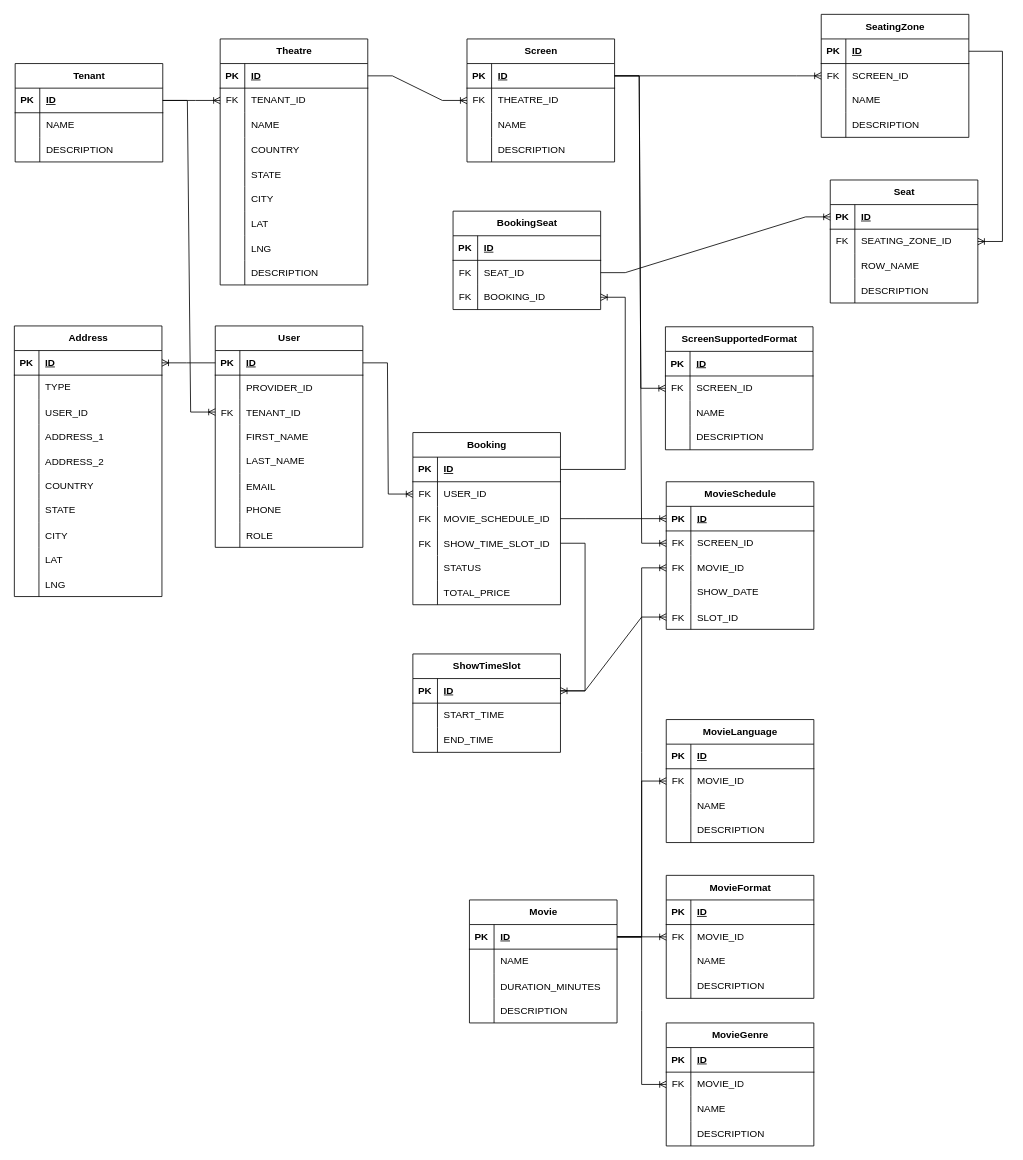
The draw.io diagram Untitled Diagram.drawio in itzmedinesh/drawings, before the edit. Source tidied: cells renumbered, new cells numbered last; positions are measured from the earlier drawing's top-left corner, leaving out a move shared by most shapes. Both pictures are drawn from the tidied source at 82%, with x=0, y=0 at pixel (-59, 14).
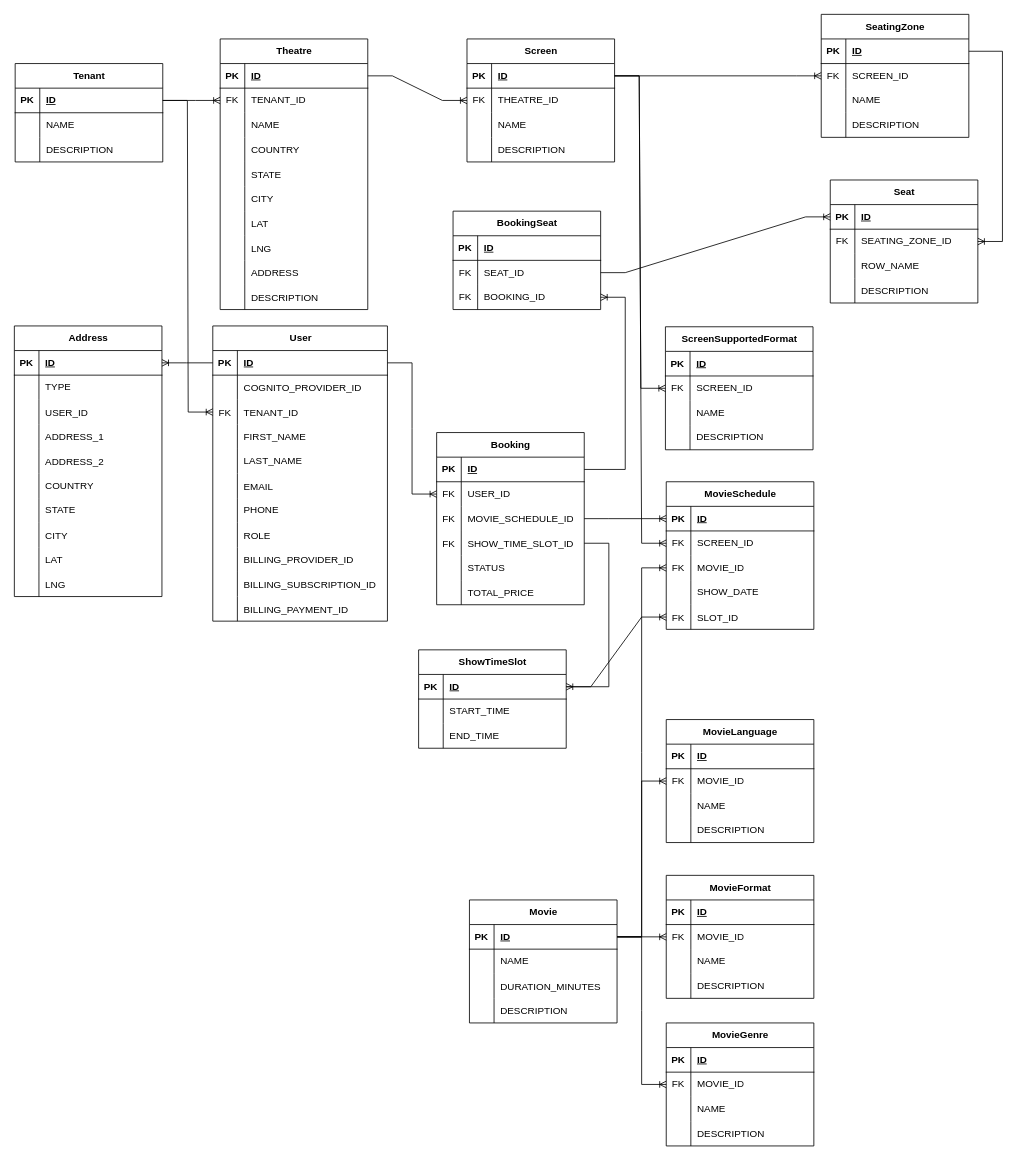
After the change.

Commit message:
Billing reference ids

Diff of the diagram source:
```diff
@@
     <mxCell id="53" value="Theatre" style="shape=table;startSize=30;childLayout=tableLayout;rowLines=0;fontStyle=1;align=center;html=1;" parent="1" vertex="1">
-      <mxGeometry x="340" y="30" width="180" height="300" as="geometry" />
+      <mxGeometry x="340" y="30" width="180" height="330" as="geometry" />
     </mxCell>
@@
+    <mxCell id="273" style="shape=tableRow;horizontal=0;startSize=0;swimlaneHead=0;swimlaneBody=0;fillColor=none;top=0;left=0;right=0;bottom=0;" parent="53" vertex="1">
+      <mxGeometry y="270" width="180" height="30" as="geometry" />
+    </mxCell>
+    <mxCell id="274" style="shape=partialRectangle;fillColor=none;top=0;left=0;bottom=0;right=0;overflow=hidden;" parent="273" vertex="1">
+      <mxGeometry width="30" height="30" as="geometry" />
+    </mxCell>
+    <mxCell id="275" value="ADDRESS" style="shape=partialRectangle;fillColor=none;top=0;left=0;bottom=0;right=0;align=left;spacingLeft=6;overflow=hidden;" parent="273" vertex="1">
+      <mxGeometry x="30" width="150" height="30" as="geometry" />
+    </mxCell>
     <mxCell id="78" style="shape=tableRow;horizontal=0;startSize=0;swimlaneHead=0;swimlaneBody=0;fillColor=none;top=0;left=0;right=0;bottom=0;" parent="53" vertex="1">
-      <mxGeometry y="270" width="180" height="30" as="geometry" />
+      <mxGeometry y="300" width="180" height="30" as="geometry" />
     </mxCell>
@@
     <mxCell id="83" value="User" style="shape=table;startSize=30;childLayout=tableLayout;rowLines=0;fontStyle=1;align=center;html=1;" parent="1" vertex="1">
-      <mxGeometry x="334" y="380" width="180" height="270" as="geometry" />
+      <mxGeometry x="331" y="380" width="213" height="360" as="geometry" />
     </mxCell>
     <mxCell id="84" style="shape=tableRow;horizontal=0;startSize=0;swimlaneHead=0;swimlaneBody=0;fillColor=none;points=[[0,0.5],[1,0.5]];portConstraint=eastwest;top=0;left=0;right=0;bottom=1;" parent="83" vertex="1">
-      <mxGeometry y="30" width="180" height="30" as="geometry" />
+      <mxGeometry y="30" width="213" height="30" as="geometry" />
     </mxCell>
@@
     <mxCell id="86" value="ID" style="shape=partialRectangle;fillColor=none;top=0;left=0;bottom=0;right=0;align=left;spacingLeft=6;fontStyle=5;overflow=hidden;whiteSpace=wrap;html=1;" parent="84" vertex="1">
-      <mxGeometry x="30" width="150" height="30" as="geometry" />
+      <mxGeometry x="30" width="183" height="30" as="geometry" />
     </mxCell>
     <mxCell id="87" style="shape=tableRow;horizontal=0;startSize=0;swimlaneHead=0;swimlaneBody=0;fillColor=none;top=0;left=0;right=0;bottom=0;" parent="83" vertex="1">
-      <mxGeometry y="60" width="180" height="30" as="geometry" />
+      <mxGeometry y="60" width="213" height="30" as="geometry" />
     </mxCell>
@@
-    <mxCell id="89" value="PROVIDER_ID" style="shape=partialRectangle;fillColor=none;top=0;left=0;bottom=0;right=0;align=left;spacingLeft=6;overflow=hidden;" parent="87" vertex="1">
-      <mxGeometry x="30" width="150" height="30" as="geometry" />
+    <mxCell id="89" value="COGNITO_PROVIDER_ID" style="shape=partialRectangle;fillColor=none;top=0;left=0;bottom=0;right=0;align=left;spacingLeft=6;overflow=hidden;" parent="87" vertex="1">
+      <mxGeometry x="30" width="183" height="30" as="geometry" />
     </mxCell>
     <mxCell id="90" style="shape=tableRow;horizontal=0;startSize=0;swimlaneHead=0;swimlaneBody=0;fillColor=none;points=[[0,0.5],[1,0.5]];portConstraint=eastwest;top=0;left=0;right=0;bottom=0;" parent="83" vertex="1">
-      <mxGeometry y="90" width="180" height="30" as="geometry" />
+      <mxGeometry y="90" width="213" height="30" as="geometry" />
     </mxCell>
@@
     <mxCell id="92" value="TENANT_ID" style="shape=partialRectangle;fillColor=none;top=0;left=0;bottom=0;right=0;align=left;spacingLeft=6;overflow=hidden;" parent="90" vertex="1">
-      <mxGeometry x="30" width="150" height="30" as="geometry" />
+      <mxGeometry x="30" width="183" height="30" as="geometry" />
     </mxCell>
     <mxCell id="93" style="shape=tableRow;horizontal=0;startSize=0;swimlaneHead=0;swimlaneBody=0;fillColor=none;top=0;left=0;right=0;bottom=0;" parent="83" vertex="1">
-      <mxGeometry y="120" width="180" height="30" as="geometry" />
+      <mxGeometry y="120" width="213" height="30" as="geometry" />
     </mxCell>
@@
     <mxCell id="95" value="FIRST_NAME" style="shape=partialRectangle;fillColor=none;top=0;left=0;bottom=0;right=0;align=left;spacingLeft=6;overflow=hidden;whiteSpace=wrap;html=1;" parent="93" vertex="1">
-      <mxGeometry x="30" width="150" height="30" as="geometry" />
+      <mxGeometry x="30" width="183" height="30" as="geometry" />
     </mxCell>
     <mxCell id="96" style="shape=tableRow;horizontal=0;startSize=0;swimlaneHead=0;swimlaneBody=0;fillColor=none;top=0;left=0;right=0;bottom=0;" parent="83" vertex="1">
-      <mxGeometry y="150" width="180" height="30" as="geometry" />
+      <mxGeometry y="150" width="213" height="30" as="geometry" />
     </mxCell>
@@
     <mxCell id="98" value="LAST_NAME" style="shape=partialRectangle;fillColor=none;top=0;left=0;bottom=0;right=0;align=left;spacingLeft=6;overflow=hidden;whiteSpace=wrap;html=1;" parent="96" vertex="1">
-      <mxGeometry x="30" width="150" height="30" as="geometry" />
+      <mxGeometry x="30" width="183" height="30" as="geometry" />
     </mxCell>
     <mxCell id="99" style="shape=tableRow;horizontal=0;startSize=0;swimlaneHead=0;swimlaneBody=0;fillColor=none;top=0;left=0;right=0;bottom=0;" parent="83" vertex="1">
-      <mxGeometry y="180" width="180" height="30" as="geometry" />
+      <mxGeometry y="180" width="213" height="30" as="geometry" />
     </mxCell>
@@
     <mxCell id="101" value="EMAIL" style="shape=partialRectangle;fillColor=none;top=0;left=0;bottom=0;right=0;align=left;spacingLeft=6;overflow=hidden;" parent="99" vertex="1">
-      <mxGeometry x="30" width="150" height="30" as="geometry" />
+      <mxGeometry x="30" width="183" height="30" as="geometry" />
     </mxCell>
     <mxCell id="102" style="shape=tableRow;horizontal=0;startSize=0;swimlaneHead=0;swimlaneBody=0;fillColor=none;top=0;left=0;right=0;bottom=0;" parent="83" vertex="1">
-      <mxGeometry y="210" width="180" height="30" as="geometry" />
+      <mxGeometry y="210" width="213" height="30" as="geometry" />
     </mxCell>
@@
     <mxCell id="104" value="PHONE" style="shape=partialRectangle;fillColor=none;top=0;left=0;bottom=0;right=0;align=left;spacingLeft=6;overflow=hidden;whiteSpace=wrap;html=1;" parent="102" vertex="1">
-      <mxGeometry x="30" width="150" height="30" as="geometry" />
+      <mxGeometry x="30" width="183" height="30" as="geometry" />
     </mxCell>
     <mxCell id="105" style="shape=tableRow;horizontal=0;startSize=0;swimlaneHead=0;swimlaneBody=0;fillColor=none;top=0;left=0;right=0;bottom=0;" parent="83" vertex="1">
-      <mxGeometry y="240" width="180" height="30" as="geometry" />
+      <mxGeometry y="240" width="213" height="30" as="geometry" />
     </mxCell>
@@
     <mxCell id="107" value="ROLE" style="shape=partialRectangle;fillColor=none;top=0;left=0;bottom=0;right=0;align=left;spacingLeft=6;overflow=hidden;" parent="105" vertex="1">
-      <mxGeometry x="30" width="150" height="30" as="geometry" />
+      <mxGeometry x="30" width="183" height="30" as="geometry" />
     </mxCell>
+    <mxCell id="276" style="shape=tableRow;horizontal=0;startSize=0;swimlaneHead=0;swimlaneBody=0;fillColor=none;top=0;left=0;right=0;bottom=0;" parent="83" vertex="1">
+      <mxGeometry y="270" width="213" height="30" as="geometry" />
+    </mxCell>
+    <mxCell id="277" style="shape=partialRectangle;fillColor=none;top=0;left=0;bottom=0;right=0;overflow=hidden;" parent="276" vertex="1">
+      <mxGeometry width="30" height="30" as="geometry" />
+    </mxCell>
+    <mxCell id="278" value="BILLING_PROVIDER_ID" style="shape=partialRectangle;fillColor=none;top=0;left=0;bottom=0;right=0;align=left;spacingLeft=6;overflow=hidden;" parent="276" vertex="1">
+      <mxGeometry x="30" width="183" height="30" as="geometry" />
+    </mxCell>
+    <mxCell id="279" style="shape=tableRow;horizontal=0;startSize=0;swimlaneHead=0;swimlaneBody=0;fillColor=none;top=0;left=0;right=0;bottom=0;" parent="83" vertex="1">
+      <mxGeometry y="300" width="213" height="30" as="geometry" />
+    </mxCell>
+    <mxCell id="280" style="shape=partialRectangle;fillColor=none;top=0;left=0;bottom=0;right=0;overflow=hidden;" parent="279" vertex="1">
+      <mxGeometry width="30" height="30" as="geometry" />
+    </mxCell>
+    <mxCell id="281" value="BILLING_SUBSCRIPTION_ID" style="shape=partialRectangle;fillColor=none;top=0;left=0;bottom=0;right=0;align=left;spacingLeft=6;overflow=hidden;" parent="279" vertex="1">
+      <mxGeometry x="30" width="183" height="30" as="geometry" />
+    </mxCell>
+    <mxCell id="282" style="shape=tableRow;horizontal=0;startSize=0;swimlaneHead=0;swimlaneBody=0;fillColor=none;top=0;left=0;right=0;bottom=0;" parent="83" vertex="1">
+      <mxGeometry y="330" width="213" height="30" as="geometry" />
+    </mxCell>
+    <mxCell id="283" style="shape=partialRectangle;fillColor=none;top=0;left=0;bottom=0;right=0;overflow=hidden;" parent="282" vertex="1">
+      <mxGeometry width="30" height="30" as="geometry" />
+    </mxCell>
+    <mxCell id="284" value="BILLING_PAYMENT_ID" style="shape=partialRectangle;fillColor=none;top=0;left=0;bottom=0;right=0;align=left;spacingLeft=6;overflow=hidden;" parent="282" vertex="1">
+      <mxGeometry x="30" width="183" height="30" as="geometry" />
+    </mxCell>
@@
     <mxCell id="226" value="ShowTimeSlot" style="shape=table;startSize=30;childLayout=tableLayout;rowLines=0;fontStyle=1;align=center;html=1;" parent="1" vertex="1">
-      <mxGeometry x="575" y="780" width="180" height="120" as="geometry" />
+      <mxGeometry x="582" y="775" width="180" height="120" as="geometry" />
     </mxCell>
@@
     <mxCell id="239" value="Booking" style="shape=table;startSize=30;childLayout=tableLayout;rowLines=0;fontStyle=1;align=center;html=1;" parent="1" vertex="1">
-      <mxGeometry x="575" y="510" width="180" height="210" as="geometry" />
+      <mxGeometry x="604" y="510" width="180" height="210" as="geometry" />
     </mxCell>
```
